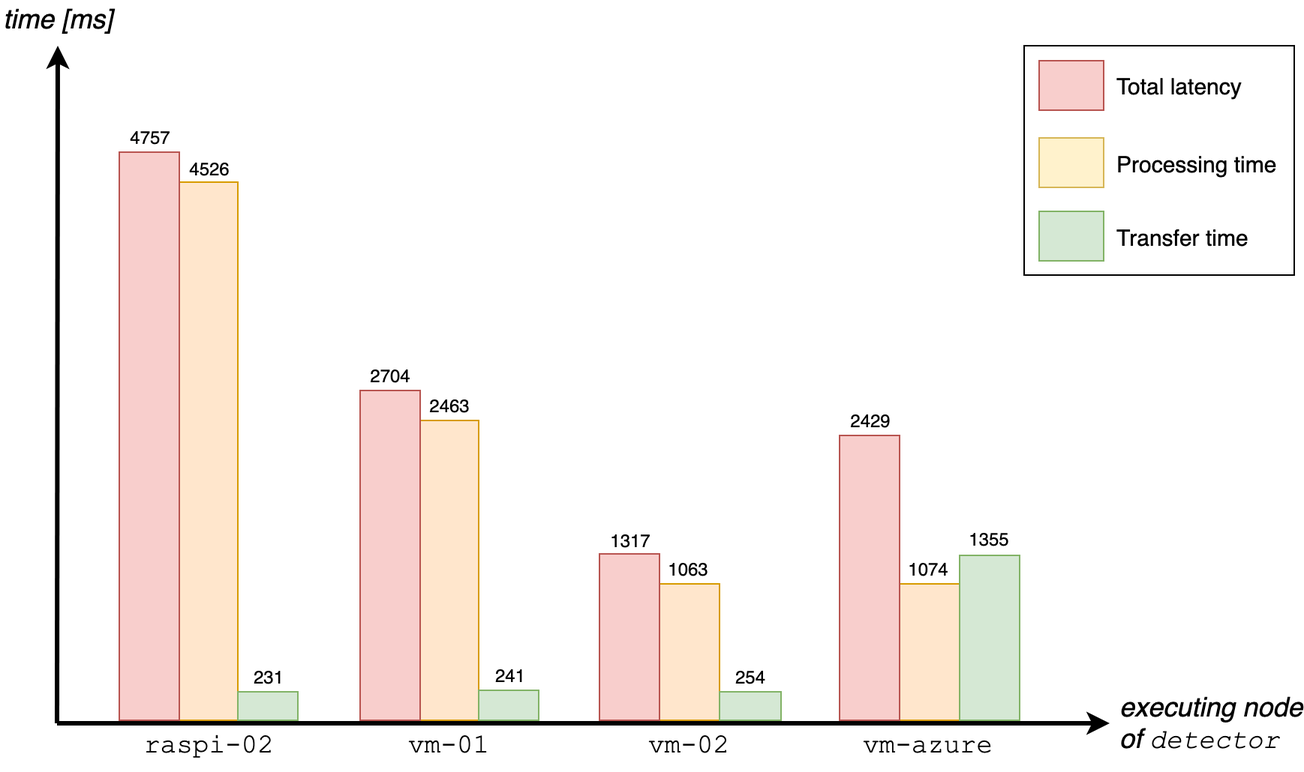
This is documents/figures/evaluation-total-latency-without-orchestrator.png from slienau/bachelor-thesis, a draw.io export, as it was before one commit. Source tidied: cells renumbered, new cells last; positions are measured from the earlier drawing's top-left corner, leaving out a move shared by most shapes.
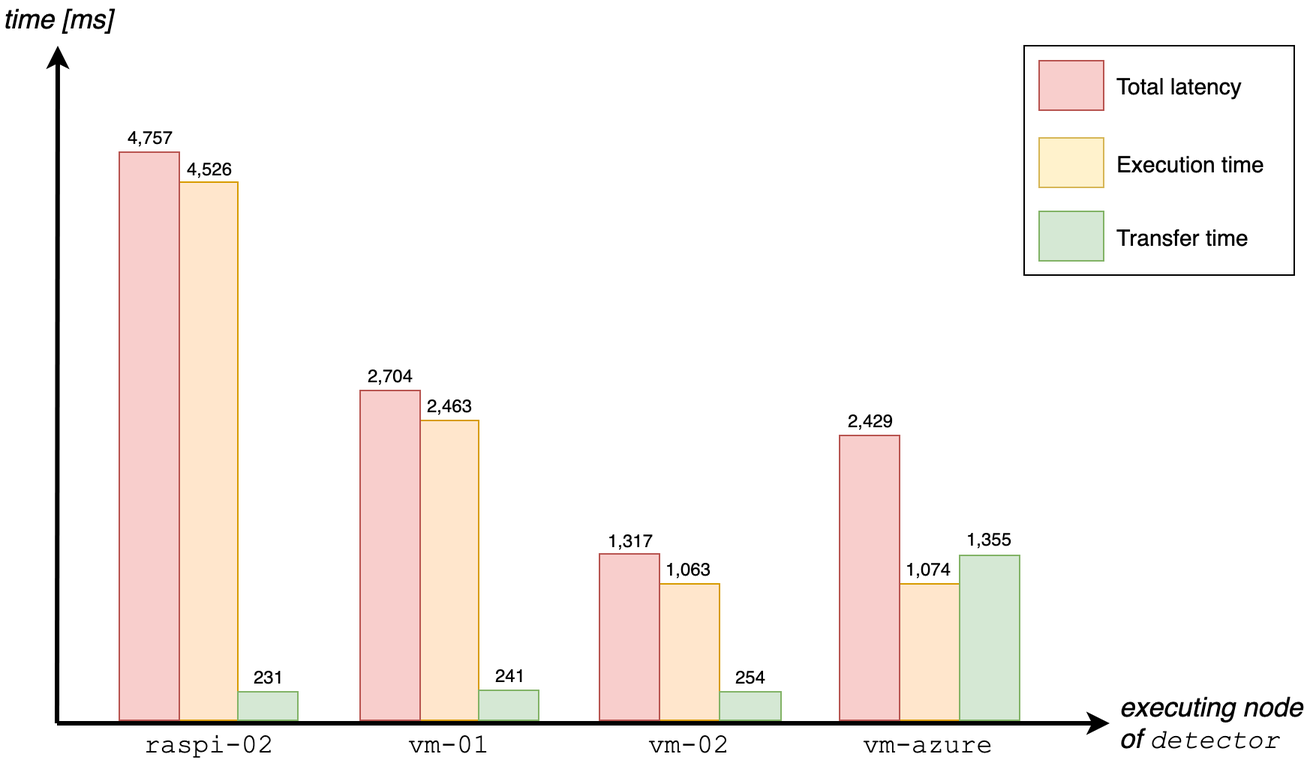
Above is the later version.

What changed in the source:
```diff
@@ -44,7 +44,7 @@
     <mxCell id="13" style="rounded=0;whiteSpace=wrap;html=1;fontFamily=Courier New;fillColor=none;" parent="1" vertex="1">
       <mxGeometry x="682" y="30" width="180" height="153" as="geometry" />
     </mxCell>
-    <mxCell id="14" value="Processing time" style="text;spacingTop=-5;html=1;fontColor=#000000;fontSize=15;" parent="13" vertex="1">
+    <mxCell id="14" value="Execution time" style="text;spacingTop=-5;html=1;fontColor=#000000;fontSize=15;" parent="13" vertex="1">
       <mxGeometry x="60" y="68.5" width="110" height="20" as="geometry" />
     </mxCell>
     <mxCell id="15" value="Transfer time" style="text;spacingTop=-5;html=1;fontColor=#000000;fontSize=15;" parent="13" vertex="1">
@@ -62,16 +62,16 @@
     <mxCell id="19" value="Total latency" style="text;spacingTop=-5;html=1;fontColor=#000000;fontSize=15;" parent="13" vertex="1">
       <mxGeometry x="60" y="17" width="100" height="20" as="geometry" />
     </mxCell>
-    <mxCell id="20" value="4526" style="text;html=1;strokeColor=none;fillColor=none;align=center;verticalAlign=middle;whiteSpace=wrap;rounded=0;fontFamily=Helvetica;" parent="1" vertex="1">
+    <mxCell id="20" value="4,526" style="text;html=1;strokeColor=none;fillColor=none;align=center;verticalAlign=middle;whiteSpace=wrap;rounded=0;fontFamily=Helvetica;" parent="1" vertex="1">
       <mxGeometry x="120" y="102" width="39" height="20" as="geometry" />
     </mxCell>
     <mxCell id="21" value="231" style="text;html=1;strokeColor=none;fillColor=none;align=center;verticalAlign=middle;whiteSpace=wrap;rounded=0;fontFamily=Helvetica;" parent="1" vertex="1">
       <mxGeometry x="158" y="440.5" width="40" height="20" as="geometry" />
     </mxCell>
-    <mxCell id="22" value="4757" style="text;html=1;strokeColor=none;fillColor=none;align=center;verticalAlign=middle;whiteSpace=wrap;rounded=0;fontFamily=Helvetica;" parent="1" vertex="1">
+    <mxCell id="22" value="4,757" style="text;html=1;strokeColor=none;fillColor=none;align=center;verticalAlign=middle;whiteSpace=wrap;rounded=0;fontFamily=Helvetica;" parent="1" vertex="1">
       <mxGeometry x="79" y="81" width="40" height="20" as="geometry" />
     </mxCell>
-    <mxCell id="23" value="2463" style="text;html=1;strokeColor=none;fillColor=none;align=center;verticalAlign=middle;whiteSpace=wrap;rounded=0;fontFamily=Helvetica;" parent="1" vertex="1">
+    <mxCell id="23" value="2,463" style="text;html=1;strokeColor=none;fillColor=none;align=center;verticalAlign=middle;whiteSpace=wrap;rounded=0;fontFamily=Helvetica;" parent="1" vertex="1">
       <mxGeometry x="279.5" y="260" width="39" height="20" as="geometry" />
     </mxCell>
     <mxCell id="24" value="241" style="text;html=1;strokeColor=none;fillColor=none;align=center;verticalAlign=middle;whiteSpace=wrap;rounded=0;fontFamily=Helvetica;" parent="1" vertex="1">
@@ -86,10 +86,10 @@
     <mxCell id="27" style="whiteSpace=wrap;fillColor=#f8cecc;gradientDirection=east;strokeColor=#b85450;html=1;" parent="1" vertex="1">
       <mxGeometry x="239.5" y="260" width="40" height="220" as="geometry" />
     </mxCell>
-    <mxCell id="28" value="2704" style="text;html=1;strokeColor=none;fillColor=none;align=center;verticalAlign=middle;whiteSpace=wrap;rounded=0;fontFamily=Helvetica;" parent="1" vertex="1">
+    <mxCell id="28" value="2,704" style="text;html=1;strokeColor=none;fillColor=none;align=center;verticalAlign=middle;whiteSpace=wrap;rounded=0;fontFamily=Helvetica;" parent="1" vertex="1">
       <mxGeometry x="239" y="240" width="40" height="20" as="geometry" />
     </mxCell>
-    <mxCell id="29" value="1063" style="text;html=1;strokeColor=none;fillColor=none;align=center;verticalAlign=middle;whiteSpace=wrap;rounded=0;fontFamily=Helvetica;" parent="1" vertex="1">
+    <mxCell id="29" value="1,063" style="text;html=1;strokeColor=none;fillColor=none;align=center;verticalAlign=middle;whiteSpace=wrap;rounded=0;fontFamily=Helvetica;" parent="1" vertex="1">
       <mxGeometry x="439" y="369" width="39" height="20" as="geometry" />
     </mxCell>
     <mxCell id="30" value="254" style="text;html=1;strokeColor=none;fillColor=none;align=center;verticalAlign=middle;whiteSpace=wrap;rounded=0;fontFamily=Helvetica;" parent="1" vertex="1">
@@ -104,13 +104,13 @@
     <mxCell id="33" style="whiteSpace=wrap;fillColor=#f8cecc;gradientDirection=east;strokeColor=#b85450;html=1;" parent="1" vertex="1">
       <mxGeometry x="399" y="369" width="40" height="111" as="geometry" />
     </mxCell>
-    <mxCell id="34" value="1317" style="text;html=1;strokeColor=none;fillColor=none;align=center;verticalAlign=middle;whiteSpace=wrap;rounded=0;fontFamily=Helvetica;" parent="1" vertex="1">
+    <mxCell id="34" value="1,317" style="text;html=1;strokeColor=none;fillColor=none;align=center;verticalAlign=middle;whiteSpace=wrap;rounded=0;fontFamily=Helvetica;" parent="1" vertex="1">
       <mxGeometry x="399" y="350" width="40" height="20" as="geometry" />
     </mxCell>
-    <mxCell id="35" value="1074" style="text;html=1;strokeColor=none;fillColor=none;align=center;verticalAlign=middle;whiteSpace=wrap;rounded=0;fontFamily=Helvetica;" parent="1" vertex="1">
+    <mxCell id="35" value="1,074" style="text;html=1;strokeColor=none;fillColor=none;align=center;verticalAlign=middle;whiteSpace=wrap;rounded=0;fontFamily=Helvetica;" parent="1" vertex="1">
       <mxGeometry x="598.5" y="369" width="39" height="20" as="geometry" />
     </mxCell>
-    <mxCell id="36" value="1355" style="text;html=1;strokeColor=none;fillColor=none;align=center;verticalAlign=middle;whiteSpace=wrap;rounded=0;fontFamily=Helvetica;" parent="1" vertex="1">
+    <mxCell id="36" value="1,355" style="text;html=1;strokeColor=none;fillColor=none;align=center;verticalAlign=middle;whiteSpace=wrap;rounded=0;fontFamily=Helvetica;" parent="1" vertex="1">
       <mxGeometry x="637.5" y="349" width="40" height="20" as="geometry" />
     </mxCell>
     <mxCell id="37" style="whiteSpace=wrap;fillColor=#ffe6cc;gradientDirection=east;strokeColor=#d79b00;html=1;" parent="1" vertex="1">
@@ -122,7 +122,7 @@
     <mxCell id="39" style="whiteSpace=wrap;fillColor=#f8cecc;gradientDirection=east;strokeColor=#b85450;html=1;" parent="1" vertex="1">
       <mxGeometry x="559" y="290" width="40" height="190" as="geometry" />
     </mxCell>
-    <mxCell id="40" value="2429" style="text;html=1;strokeColor=none;fillColor=none;align=center;verticalAlign=middle;whiteSpace=wrap;rounded=0;fontFamily=Helvetica;" parent="1" vertex="1">
+    <mxCell id="40" value="2,429" style="text;html=1;strokeColor=none;fillColor=none;align=center;verticalAlign=middle;whiteSpace=wrap;rounded=0;fontFamily=Helvetica;" parent="1" vertex="1">
       <mxGeometry x="559" y="270" width="40" height="20" as="geometry" />
     </mxCell>
   </root>
```
